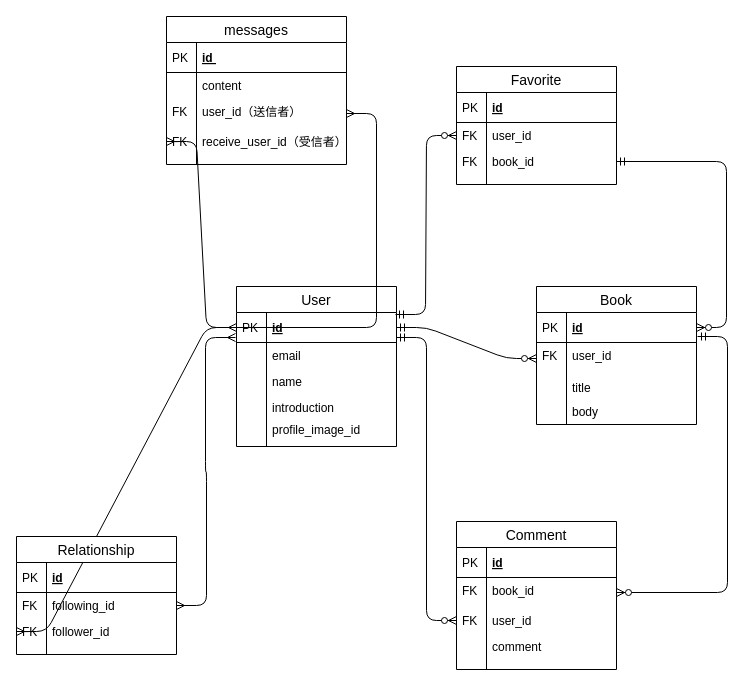
Earlier version of the draw.io diagram config/er.drawio (shushikata/Bookers2). Source tidied: cells renumbered, new cells numbered last; positions are measured from the earlier drawing's top-left corner, leaving out a move shared by most shapes. Both pictures are drawn from the tidied source at 100%, with x=0, y=0 at pixel (16, 16).
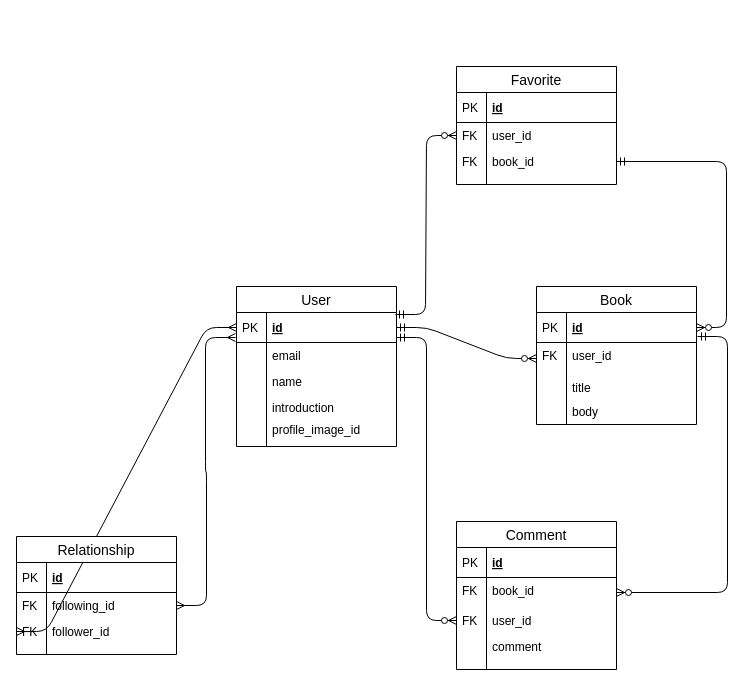
The same diagram, later.

Unchanged cells that the change refers to:
```xml
<mxCell id="6" value="id" style="shape=partialRectangle;top=0;left=0;right=0;bottom=1;align=left;verticalAlign=middle;fillColor=none;spacingLeft=34;spacingRight=4;overflow=hidden;points=[[0,0.5],[1,0.5]];portConstraint=eastwest;fontStyle=5;fontSize=12;" parent="5" vertex="1">
  <mxGeometry y="26" width="160" height="30" as="geometry" />
</mxCell>
```

Diff of the diagram source:
```diff
@@
-    <mxCell id="58" style="edgeStyle=entityRelationEdgeStyle;fontSize=12;html=1;endArrow=ERmany;entryX=0;entryY=0.5;entryDx=0;entryDy=0;exitX=0;exitY=0.5;exitDx=0;exitDy=0;" parent="1" edge="1" source="6" target="67">
-      <mxGeometry relative="1" as="geometry" />
-    </mxCell>
-    <mxCell id="59" style="edgeStyle=entityRelationEdgeStyle;fontSize=12;html=1;endArrow=ERmany;exitX=0;exitY=0.5;exitDx=0;exitDy=0;" parent="1" edge="1" source="6" target="65">
-      <mxGeometry relative="1" as="geometry" />
-    </mxCell>
-    <mxCell id="60" value="messages" style="swimlane;fontStyle=0;horizontal=1;startSize=26;align=center;fontSize=14;" parent="1" vertex="1">
-      <mxGeometry x="150" width="180" height="148" as="geometry" />
-    </mxCell>
-    <mxCell id="61" value="id " style="shape=partialRectangle;top=0;left=0;right=0;bottom=1;align=left;verticalAlign=middle;fillColor=none;spacingLeft=34;spacingRight=4;overflow=hidden;fontStyle=5;fontSize=12;" parent="60" vertex="1">
-      <mxGeometry y="26" width="180" height="30" as="geometry" />
-    </mxCell>
-    <mxCell id="62" value="PK" style="shape=partialRectangle;top=0;left=0;bottom=0;fillColor=none;align=left;verticalAlign=middle;spacingLeft=4;spacingRight=4;overflow=hidden;fontSize=12;" parent="61" vertex="1">
-      <mxGeometry width="30" height="30" as="geometry" />
-    </mxCell>
-    <mxCell id="63" value="content" style="shape=partialRectangle;top=0;left=0;right=0;bottom=0;align=left;verticalAlign=top;fillColor=none;spacingLeft=34;spacingRight=4;overflow=hidden;fontSize=12;" parent="60" vertex="1">
-      <mxGeometry y="56" width="180" height="26" as="geometry" />
-    </mxCell>
-    <mxCell id="64" style="shape=partialRectangle;top=0;left=0;bottom=0;fillColor=none;align=left;verticalAlign=top;spacingLeft=4;spacingRight=4;overflow=hidden;fontSize=12;" parent="63" vertex="1">
-      <mxGeometry width="30" height="26" as="geometry" />
-    </mxCell>
-    <mxCell id="65" value="user_id（送信者）" style="shape=partialRectangle;top=0;left=0;right=0;bottom=0;align=left;verticalAlign=top;fillColor=none;spacingLeft=34;spacingRight=4;overflow=hidden;points=[[0,0.5],[1,0.5]];portConstraint=eastwest;fontSize=12;" parent="60" vertex="1">
-      <mxGeometry y="82" width="180" height="30" as="geometry" />
-    </mxCell>
-    <mxCell id="66" value="FK" style="shape=partialRectangle;top=0;left=0;bottom=0;fillColor=none;align=left;verticalAlign=top;spacingLeft=4;spacingRight=4;overflow=hidden;fontSize=12;" parent="65" vertex="1">
-      <mxGeometry width="30" height="30" as="geometry" />
-    </mxCell>
-    <mxCell id="67" value="receive_user_id（受信者）" style="shape=partialRectangle;top=0;left=0;right=0;bottom=0;align=left;verticalAlign=top;fillColor=none;spacingLeft=34;spacingRight=4;overflow=hidden;points=[[0,0.5],[1,0.5]];portConstraint=eastwest;fontSize=12;" parent="60" vertex="1">
-      <mxGeometry y="112" width="180" height="26" as="geometry" />
-    </mxCell>
-    <mxCell id="68" value="FK" style="shape=partialRectangle;top=0;left=0;bottom=0;fillColor=none;align=left;verticalAlign=top;spacingLeft=4;spacingRight=4;overflow=hidden;fontSize=12;" parent="67" vertex="1">
-      <mxGeometry width="30" height="26" as="geometry" />
-    </mxCell>
-    <mxCell id="69" style="shape=partialRectangle;top=0;left=0;right=0;bottom=0;align=left;verticalAlign=top;fillColor=none;spacingLeft=34;spacingRight=4;overflow=hidden;fontSize=12;" parent="60" vertex="1">
-      <mxGeometry y="138" width="180" height="10" as="geometry" />
-    </mxCell>
-    <mxCell id="70" style="shape=partialRectangle;top=0;left=0;bottom=0;fillColor=none;align=left;verticalAlign=top;spacingLeft=4;spacingRight=4;overflow=hidden;fontSize=12;" parent="69" vertex="1">
-      <mxGeometry width="30" height="10" as="geometry" />
-    </mxCell>
```
